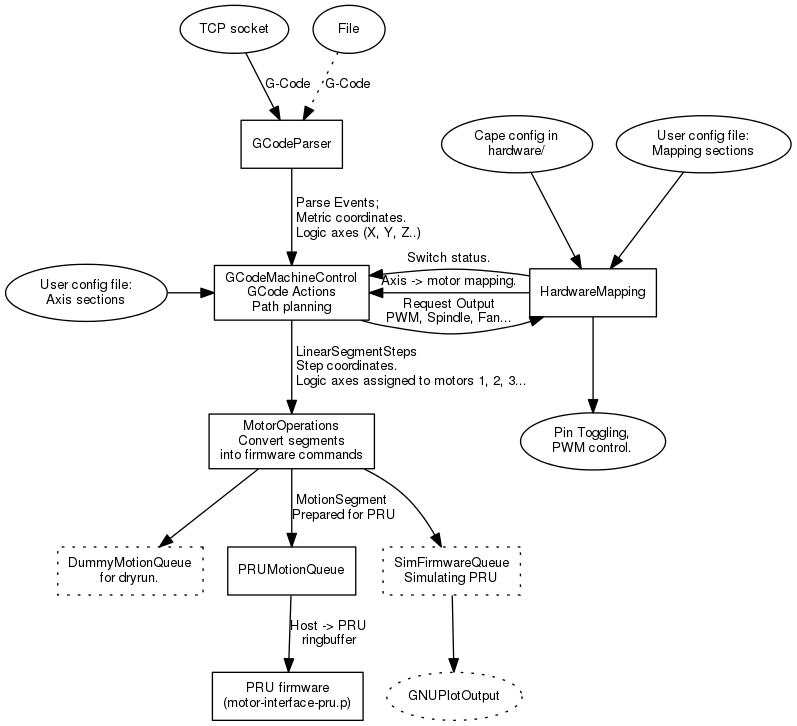
The Graphviz diagram img/machine-control.png in hzeller/beagleg, before a commit. Its source is kept beside it as img/machine-control.dot. The source it was exported from:
```dot
digraph beagleg {
    node [fontsize=10, fontname="Helvetica"];
    edge [fontsize=10, fontname="Helvetica"];

    {
       node [ shape=oval ];
       TCP [label = "TCP socket"];
    }

    {
       node [ shape=box ];
       GCodeParser;
       GCodeMachineControl [ label = "GCodeMachineControl\nGCode Actions\nPath planning"];
       HardwareMapping;
       MotorOperations  [label = "MotorOperations\nConvert segments\ninto firmware commands"];
       DummyMotionQueue [label = "DummyMotionQueue\nfor dryrun.", style=dotted];
       PRUMotionQueue;
       SimFirmwareQueue [label = "SimFirmwareQueue\nSimulating PRU", style=dotted];
       PRU [ label = "PRU firmware\n(motor-interface-pru.p)" ];
    }

    {
      CapeConfig [ label = "Cape config in\nhardware/"];
      UserMapConfig [ label = "User config file:\nMapping sections"];
      UserAxisConfig [ label = "User config file:\nAxis sections"];
      GNUPlotOutput [ style = dotted ];
      PinToggeling [ label = "Pin Toggling,\nPWM control." ];
    }

    File -> GCodeParser [ label="G-Code", style=dotted];
    TCP -> GCodeParser  [ label="G-Code"];

    {
      GCodeParser -> GCodeMachineControl [ label=" Parse Events;\l Metric coordinates.\l Logic axes (X, Y, Z..)"];
      GCodeMachineControl -> MotorOperations [ label = " LinearSegmentSteps\l Step coordinates.\l Logic axes assigned to motors 1, 2, 3..." ]
      MotorOperations -> PRUMotionQueue [ label = " MotionSegment\lPrepared for PRU"]
      MotorOperations -> SimFirmwareQueue -> GNUPlotOutput;
      MotorOperations -> DummyMotionQueue;

      PRUMotionQueue -> PRU [ label = "Host -> PRU\lringbuffer"];
    }

    {
      rank = same;
      GCodeMachineControl -> HardwareMapping [ label="Request Output\nPWM, Spindle, Fan...", rank=0];
      HardwareMapping -> GCodeMachineControl [ label = "Axis -> motor mapping."];
      HardwareMapping -> GCodeMachineControl [ label = "Switch status." ];
    }

    {
      rank = same;
      UserAxisConfig -> GCodeMachineControl;
    }

    CapeConfig -> HardwareMapping;
    UserMapConfig -> HardwareMapping;
    HardwareMapping -> PinToggeling;
}
```
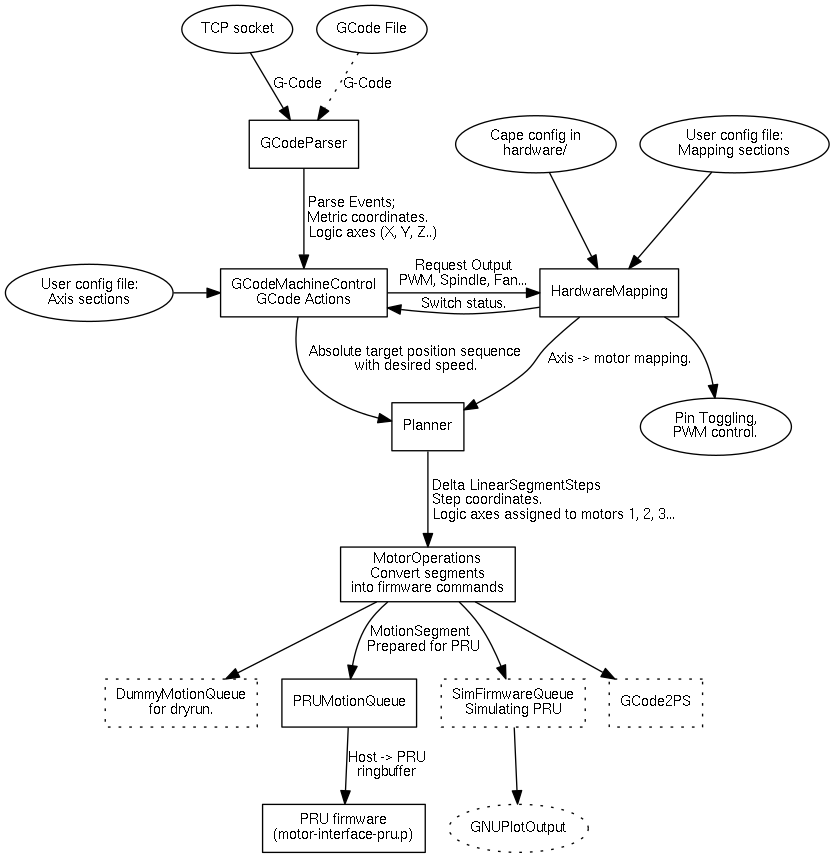
After the commit.

Change to the diagram source:
```diff
@@ -1,58 +1,66 @@
 digraph beagleg {
-    node [fontsize=10, fontname="Helvetica"];
-    edge [fontsize=10, fontname="Helvetica"];
+	node [fontsize=10, fontname="Helvetica"];
+	edge [fontsize=10, fontname="Helvetica"];
 
-    {
-       node [ shape=oval ];
-       TCP [label = "TCP socket"];
-    }
+	{
+		node [ shape=oval ];
+		TCP [label = "TCP socket"];
+	}
 
-    {
-       node [ shape=box ];
-       GCodeParser;
-       GCodeMachineControl [ label = "GCodeMachineControl\nGCode Actions\nPath planning"];
-       HardwareMapping;
-       MotorOperations  [label = "MotorOperations\nConvert segments\ninto firmware commands"];
-       DummyMotionQueue [label = "DummyMotionQueue\nfor dryrun.", style=dotted];
-       PRUMotionQueue;
-       SimFirmwareQueue [label = "SimFirmwareQueue\nSimulating PRU", style=dotted];
-       PRU [ label = "PRU firmware\n(motor-interface-pru.p)" ];
-    }
+	{
+		node [ shape=box ];
+		GCodeParser;
+		GCodeMachineControl [ label = "GCodeMachineControl\nGCode Actions"];
+		HardwareMapping;
+		Planner;
+		MotorOperations  [label = "MotorOperations\nConvert segments\ninto firmware commands"];
+		DummyMotionQueue [label = "DummyMotionQueue\nfor dryrun.", style=dotted];
+		PRUMotionQueue;
+		SimFirmwareQueue [label = "SimFirmwareQueue\nSimulating PRU", style=dotted];
+		GCode2PS [ style=dotted];
+		PRU [ label = "PRU firmware\n(motor-interface-pru.p)" ];
+	}
 
-    {
-      CapeConfig [ label = "Cape config in\nhardware/"];
-      UserMapConfig [ label = "User config file:\nMapping sections"];
-      UserAxisConfig [ label = "User config file:\nAxis sections"];
-      GNUPlotOutput [ style = dotted ];
-      PinToggeling [ label = "Pin Toggling,\nPWM control." ];
-    }
+	{
+		node [ shape=oval ];
+		GCodeFile [label = "GCode File"];
+		CapeConfig [ label = "Cape config in\nhardware/"];
+		UserMapConfig [ label = "User config file:\nMapping sections"];
+		UserAxisConfig [ label = "User config file:\nAxis sections"];
+		GNUPlotOutput [ style = dotted ];
+		PinToggeling [ label = "Pin Toggling,\nPWM control." ];
+	}
 
-    File -> GCodeParser [ label="G-Code", style=dotted];
-    TCP -> GCodeParser  [ label="G-Code"];
+	GCodeFile -> GCodeParser [ label="G-Code", style=dotted];
+	TCP -> GCodeParser  [ label="G-Code"];
 
-    {
-      GCodeParser -> GCodeMachineControl [ label=" Parse Events;\l Metric coordinates.\l Logic axes (X, Y, Z..)"];
-      GCodeMachineControl -> MotorOperations [ label = " LinearSegmentSteps\l Step coordinates.\l Logic axes assigned to motors 1, 2, 3..." ]
-      MotorOperations -> PRUMotionQueue [ label = " MotionSegment\lPrepared for PRU"]
-      MotorOperations -> SimFirmwareQueue -> GNUPlotOutput;
-      MotorOperations -> DummyMotionQueue;
+	{
+		GCodeParser -> GCodeMachineControl [ label=" Parse Events;\l Metric coordinates.\l Logic axes (X, Y, Z..)"]
+		GCodeMachineControl -> Planner [ label=" Absolute target position sequence\l with desired speed." ];
 
-      PRUMotionQueue -> PRU [ label = "Host -> PRU\lringbuffer"];
-    }
+		Planner -> MotorOperations [ label = " Delta LinearSegmentSteps\l Step coordinates.\l Logic axes assigned to motors 1, 2, 3..." ]
+		MotorOperations -> PRUMotionQueue [ label = " MotionSegment\lPrepared for PRU"]
+		MotorOperations -> SimFirmwareQueue -> GNUPlotOutput;
+		MotorOperations -> DummyMotionQueue;
+		MotorOperations -> GCode2PS;
 
-    {
-      rank = same;
-      GCodeMachineControl -> HardwareMapping [ label="Request Output\nPWM, Spindle, Fan...", rank=0];
-      HardwareMapping -> GCodeMachineControl [ label = "Axis -> motor mapping."];
-      HardwareMapping -> GCodeMachineControl [ label = "Switch status." ];
-    }
+		PRUMotionQueue -> PRU [ label = "Host -> PRU\lringbuffer"];
+	}
 
-    {
-      rank = same;
-      UserAxisConfig -> GCodeMachineControl;
-    }
+	{
+		rank = same;
+		GCodeMachineControl -> HardwareMapping [ label="Request Output\nPWM, Spindle, Fan...", rank=0];
+		HardwareMapping -> GCodeMachineControl [ label = "Switch status." ];
+	}
 
-    CapeConfig -> HardwareMapping;
-    UserMapConfig -> HardwareMapping;
-    HardwareMapping -> PinToggeling;
+	HardwareMapping -> Planner [ label = "Axis -> motor mapping."];
+
+	{
+		rank = same;
+		UserAxisConfig -> GCodeMachineControl;
+	}
+
+	CapeConfig -> HardwareMapping;
+	UserMapConfig -> HardwareMapping;
+	HardwareMapping -> PinToggeling;
 }
```
